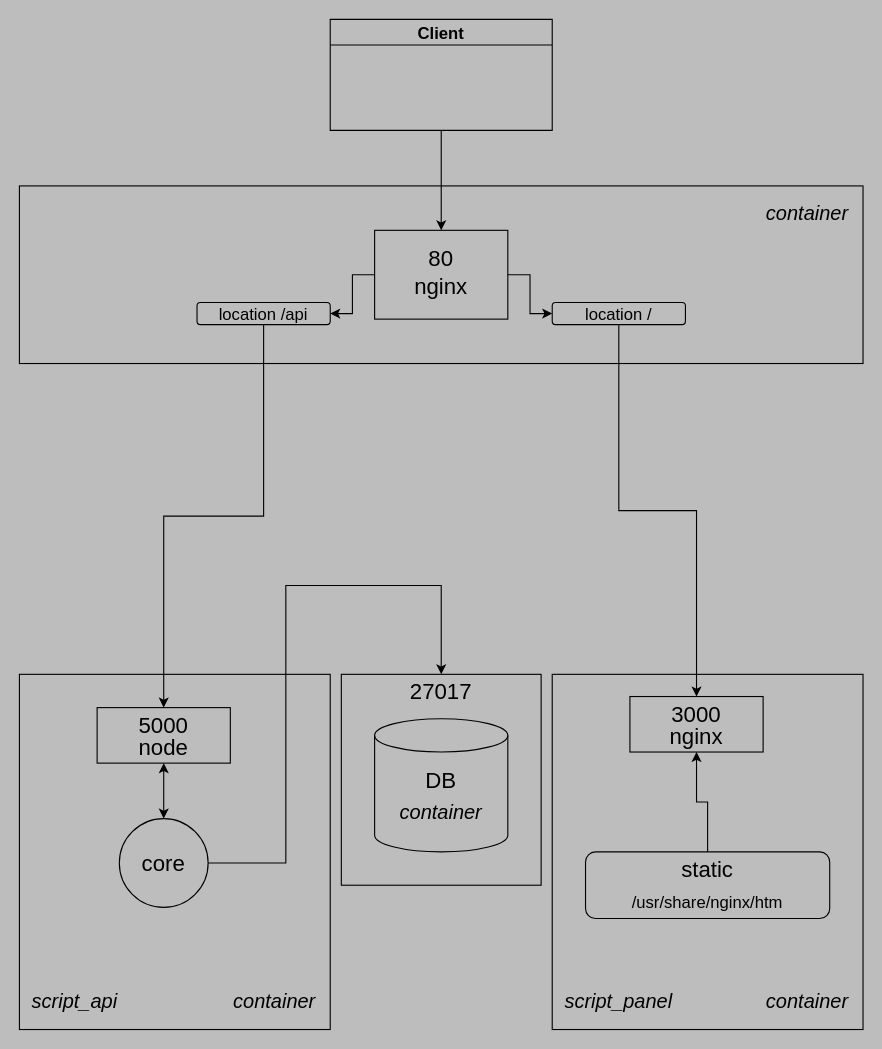
The draw.io diagram nginx.drawio in script696/draw_io, before the edit. Source tidied: cells renumbered, new cells numbered last; positions are measured from the earlier drawing's top-left corner, leaving out a move shared by most shapes. Both pictures are drawn from the tidied source at 111%, with x=0, y=0 at pixel (19, 19).
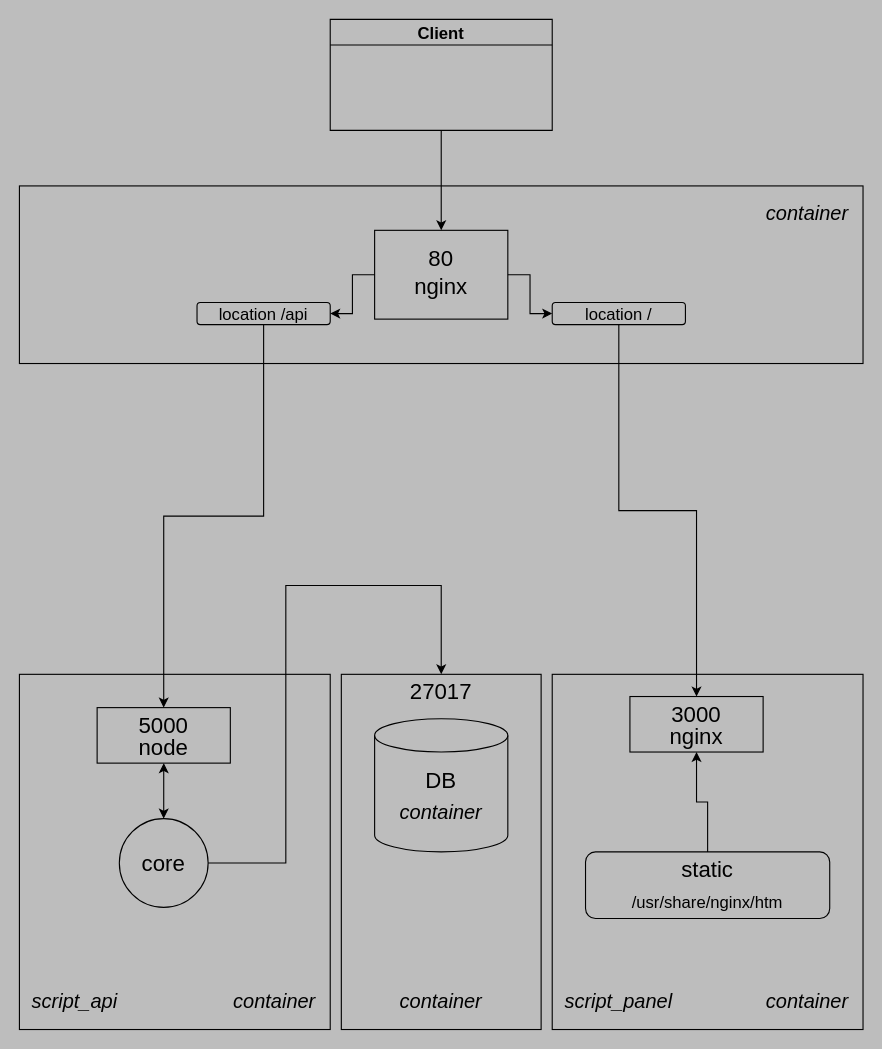
The same page after the edit.

Change to the diagram source:
```diff
@@
     <mxCell id="11" style="rounded=0;whiteSpace=wrap;html=1;fillColor=none;" parent="1" vertex="1">
-      <mxGeometry x="290" y="590" width="180" height="190" as="geometry" />
+      <mxGeometry x="290" y="590" width="180" height="320" as="geometry" />
     </mxCell>
@@
+    <mxCell id="42" value="&lt;font style=&quot;font-size: 18px;&quot;&gt;&lt;i&gt;container&lt;/i&gt;&lt;/font&gt;" style="text;html=1;strokeColor=none;fillColor=none;align=center;verticalAlign=middle;whiteSpace=wrap;rounded=0;" parent="1" vertex="1">
+      <mxGeometry x="350" y="870" width="60" height="30" as="geometry" />
+    </mxCell>
```
